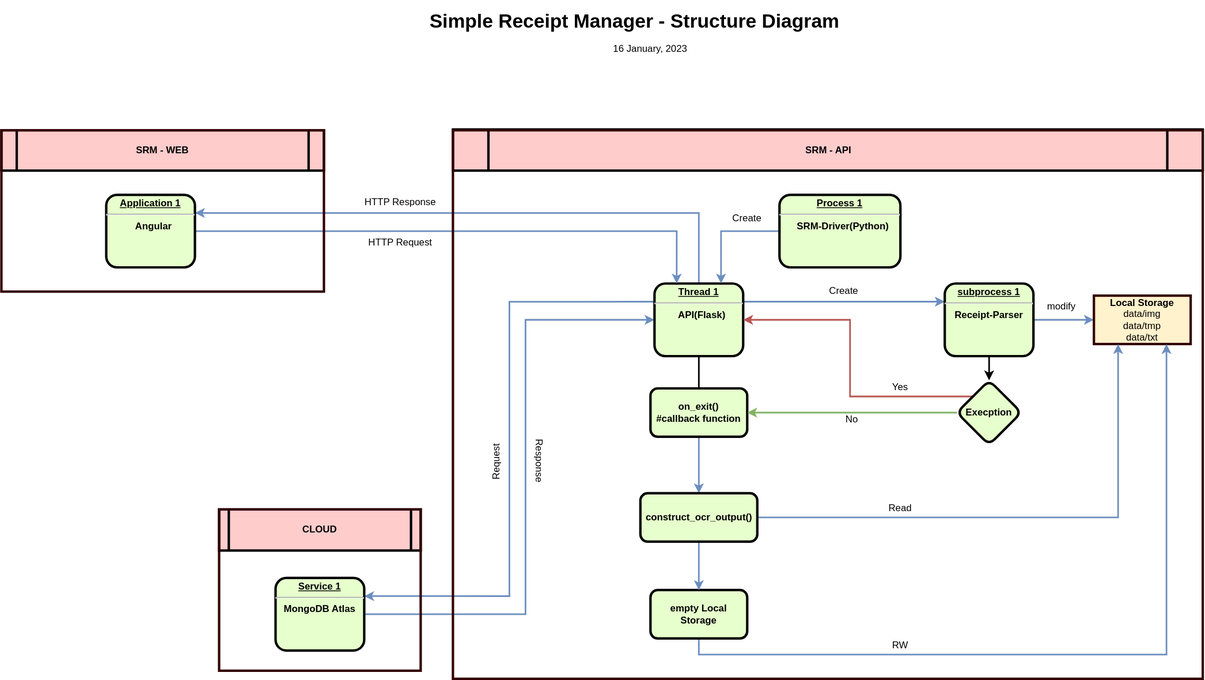
This is documentation/Diagram/srm-structure-diagram.svg from lst97/simple-receipt-manager, a draw.io export, as it was before one commit. Source tidied: cells renumbered, new cells last; positions are measured from the earlier drawing's top-left corner, leaving out a move shared by most shapes.
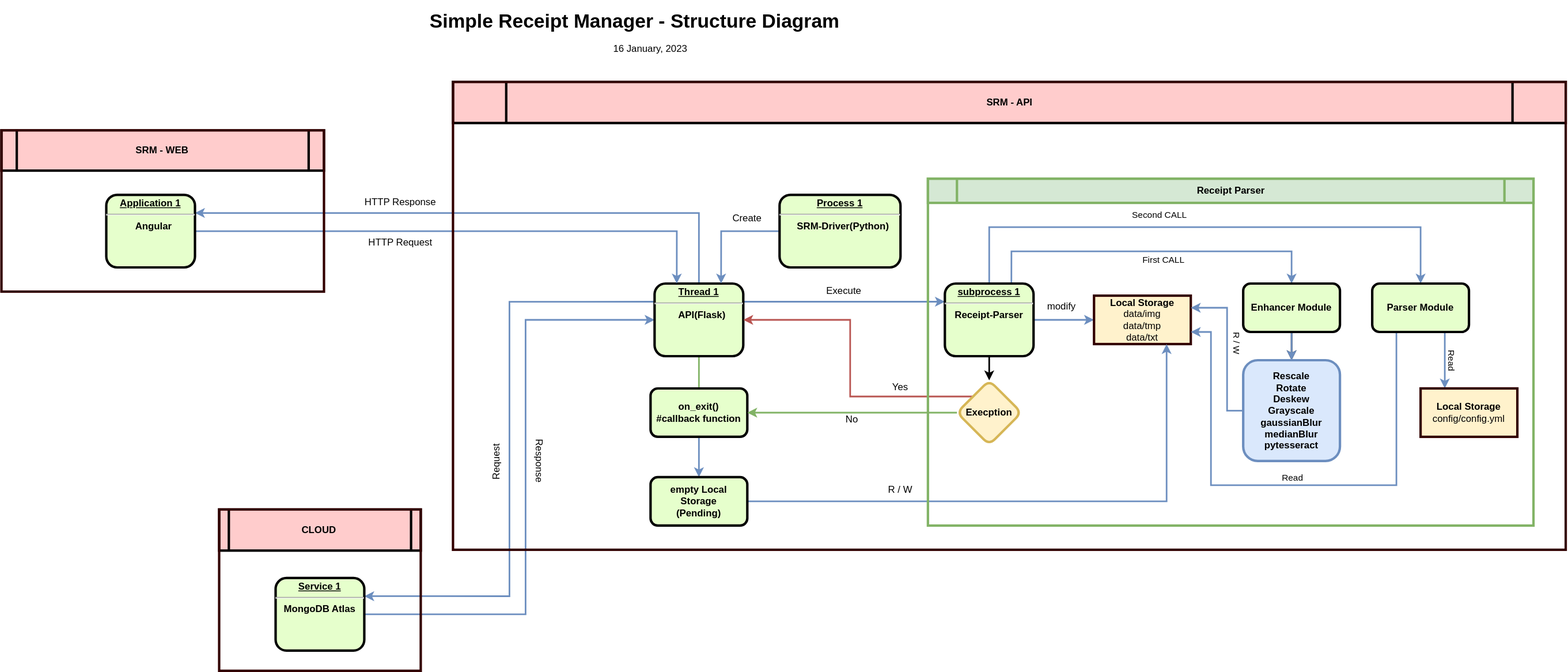
Above is the later version.

Commit message:
doc: update flow diagram

Change to the diagram source:
```diff
@@ -6,7 +6,7 @@
       <mxGeometry y="160" width="400" height="50" as="geometry" />
     </mxCell>
     <mxCell id="3" value="SRM - API" style="shape=process;whiteSpace=wrap;align=center;verticalAlign=middle;size=0.0475;fontStyle=1;strokeWidth=3;fillColor=#FFCCCC;" parent="1" vertex="1">
-      <mxGeometry x="560" y="159" width="930" height="51" as="geometry" />
+      <mxGeometry x="560" y="100" width="1380" height="51" as="geometry" />
     </mxCell>
     <mxCell id="4" style="edgeStyle=orthogonalEdgeStyle;rounded=0;jettySize=auto;html=1;exitX=0.5;exitY=0;exitDx=0;exitDy=0;entryX=1;entryY=0.25;entryDx=0;entryDy=0;strokeWidth=2;fillColor=#dae8fc;strokeColor=#6c8ebf;" parent="1" edge="1" source="9" target="23">
       <mxGeometry relative="1" as="geometry" />
@@ -14,7 +14,7 @@
     <mxCell id="5" style="edgeStyle=orthogonalEdgeStyle;rounded=0;jettySize=auto;html=1;exitX=1;exitY=0.25;exitDx=0;exitDy=0;entryX=0;entryY=0.25;entryDx=0;entryDy=0;strokeWidth=2;fillColor=#dae8fc;strokeColor=#6c8ebf;" parent="1" edge="1" source="9" target="12">
       <mxGeometry relative="1" as="geometry" />
     </mxCell>
-    <mxCell id="6" style="edgeStyle=orthogonalEdgeStyle;rounded=0;jettySize=auto;html=1;strokeWidth=2;endArrow=none;endFill=0;" parent="1" edge="1" source="9" target="33">
+    <mxCell id="6" style="edgeStyle=orthogonalEdgeStyle;rounded=0;jettySize=auto;html=1;strokeWidth=2;endArrow=none;endFill=0;fillColor=#d5e8d4;strokeColor=#82b366;" parent="1" edge="1" source="9" target="33">
       <mxGeometry relative="1" as="geometry" />
     </mxCell>
     <mxCell id="7" style="edgeStyle=orthogonalEdgeStyle;rounded=0;jettySize=auto;html=1;exitX=0;exitY=0.25;exitDx=0;exitDy=0;entryX=1;entryY=0.25;entryDx=0;entryDy=0;strokeWidth=2;endArrow=classic;endFill=1;fillColor=#dae8fc;strokeColor=#6c8ebf;" parent="1" edge="1" source="9" target="17">
@@ -37,6 +37,27 @@
     <mxCell id="11" style="edgeStyle=orthogonalEdgeStyle;rounded=0;jettySize=auto;html=1;strokeWidth=2;endArrow=classic;endFill=1;" parent="1" edge="1" source="12" target="36">
       <mxGeometry relative="1" as="geometry" />
     </mxCell>
+    <mxCell id="46" style="edgeStyle=orthogonalEdgeStyle;rounded=0;jettySize=auto;html=1;exitX=0.75;exitY=0;exitDx=0;exitDy=0;entryX=0.5;entryY=0;entryDx=0;entryDy=0;strokeWidth=2;startArrow=none;startFill=0;endArrow=classic;endFill=1;fillColor=#dae8fc;strokeColor=#6c8ebf;" parent="1" edge="1" source="12" target="52">
+      <mxGeometry relative="1" as="geometry">
+        <Array as="points">
+          <mxPoint x="1253" y="310" />
+          <mxPoint x="1600" y="310" />
+        </Array>
+      </mxGeometry>
+    </mxCell>
+    <mxCell id="47" value="First CALL" style="edgeLabel;html=1;align=center;verticalAlign=middle;" parent="46" vertex="1">
+      <mxGeometry x="0.01" y="-2" relative="1" as="geometry">
+        <mxPoint x="12" y="8" as="offset" />
+      </mxGeometry>
+    </mxCell>
+    <mxCell id="48" style="edgeStyle=orthogonalEdgeStyle;rounded=0;jettySize=auto;html=1;entryX=0.5;entryY=0;entryDx=0;entryDy=0;strokeWidth=2;startArrow=none;startFill=0;endArrow=classic;endFill=1;fillColor=#dae8fc;strokeColor=#6c8ebf;" parent="1" edge="1" source="12" target="59">
+      <mxGeometry relative="1" as="geometry">
+        <Array as="points">
+          <mxPoint x="1225" y="280" />
+          <mxPoint x="1760" y="280" />
+        </Array>
+      </mxGeometry>
+    </mxCell>
     <mxCell id="12" value="&lt;p style=&quot;margin: 0px; margin-top: 4px; text-align: center; text-decoration: underline;&quot;&gt;&lt;strong&gt;subprocess 1&lt;br&gt;&lt;/strong&gt;&lt;/p&gt;&lt;hr&gt;Receipt-Parser&lt;p style=&quot;margin: 0px; margin-left: 8px;&quot;&gt;&lt;br&gt;&lt;/p&gt;" style="verticalAlign=middle;align=center;overflow=fill;fontSize=12;fontFamily=Helvetica;html=1;rounded=1;fontStyle=1;strokeWidth=3;fillColor=#E6FFCC;" parent="1" vertex="1">
       <mxGeometry x="1170" y="350" width="110" height="90" as="geometry" />
     </mxCell>
@@ -83,7 +104,7 @@
       <mxGeometry y="160" width="400" height="200" as="geometry" />
     </mxCell>
     <mxCell id="27" style="rounded=0;whiteSpace=wrap;html=1;strokeColor=#330000;strokeWidth=3;fillColor=none;" parent="1" vertex="1">
-      <mxGeometry x="560" y="160" width="930" height="680" as="geometry" />
+      <mxGeometry x="560" y="100" width="1380" height="580" as="geometry" />
     </mxCell>
     <mxCell id="28" style="rounded=0;whiteSpace=wrap;html=1;strokeColor=#330000;strokeWidth=3;fillColor=none;" parent="1" vertex="1">
       <mxGeometry x="270" y="630" width="250" height="200" as="geometry" />
@@ -94,12 +115,12 @@
     <mxCell id="30" value="16 January, 2023" style="text;spacingTop=-5;align=center;rotation=0;" parent="1" vertex="1">
       <mxGeometry x="700" y="50" width="210" height="20" as="geometry" />
     </mxCell>
-    <mxCell id="31" value="Create" style="text;spacingTop=-5;align=center;" parent="1" vertex="1">
+    <mxCell id="31" value="Execute" style="text;spacingTop=-5;align=center;" parent="1" vertex="1">
       <mxGeometry x="1030" y="350" width="30" height="20" as="geometry" />
     </mxCell>
-    <mxCell id="32" style="edgeStyle=orthogonalEdgeStyle;rounded=0;jettySize=auto;html=1;exitX=0.5;exitY=1;exitDx=0;exitDy=0;entryX=0.5;entryY=0;entryDx=0;entryDy=0;strokeWidth=2;startArrow=none;startFill=0;endArrow=classic;endFill=1;fillColor=#dae8fc;strokeColor=#6c8ebf;" parent="1" edge="1" source="33" target="45">
-      <mxGeometry relative="1" as="geometry" />
-    </mxCell>
+    <mxCell id="49" style="edgeStyle=orthogonalEdgeStyle;rounded=0;jettySize=auto;html=1;entryX=0.5;entryY=0;entryDx=0;entryDy=0;strokeWidth=2;startArrow=none;startFill=0;endArrow=classic;endFill=1;fillColor=#dae8fc;strokeColor=#6c8ebf;" parent="1" edge="1" source="33" target="41">
+      <mxGeometry relative="1" as="geometry" />
+    </mxCell>
     <mxCell id="33" value="on_exit()&lt;br&gt;#callback function" style="whiteSpace=wrap;html=1;fillColor=#E6FFCC;rounded=1;fontStyle=1;strokeWidth=3;" parent="1" vertex="1">
       <mxGeometry x="805" y="480" width="120" height="60" as="geometry" />
     </mxCell>
@@ -109,7 +130,7 @@
     <mxCell id="35" style="edgeStyle=orthogonalEdgeStyle;rounded=0;jettySize=auto;html=1;exitX=0;exitY=0.5;exitDx=0;exitDy=0;entryX=1;entryY=0.5;entryDx=0;entryDy=0;strokeWidth=2;endArrow=classic;endFill=1;fillColor=#d5e8d4;strokeColor=#82b366;" parent="1" edge="1" source="36" target="33">
       <mxGeometry relative="1" as="geometry" />
     </mxCell>
-    <mxCell id="36" value="Execption" style="rhombus;whiteSpace=wrap;html=1;fillColor=#E6FFCC;rounded=1;fontStyle=1;strokeWidth=3;" parent="1" vertex="1">
+    <mxCell id="36" value="Execption" style="rhombus;whiteSpace=wrap;html=1;fillColor=#fff2cc;rounded=1;fontStyle=1;strokeWidth=3;strokeColor=#d6b656;" parent="1" vertex="1">
       <mxGeometry x="1185" y="470" width="80" height="80" as="geometry" />
     </mxCell>
     <mxCell id="37" value="Yes" style="text;spacingTop=-5;align=center;" parent="1" vertex="1">
@@ -118,26 +139,76 @@
     <mxCell id="38" value="No" style="text;spacingTop=-5;align=center;" parent="1" vertex="1">
       <mxGeometry x="1040" y="510" width="30" height="20" as="geometry" />
     </mxCell>
-    <mxCell id="39" value="Read" style="text;spacingTop=-5;align=center;" parent="1" vertex="1">
-      <mxGeometry x="1100" y="620" width="30" height="20" as="geometry" />
-    </mxCell>
-    <mxCell id="40" style="edgeStyle=orthogonalEdgeStyle;rounded=0;jettySize=auto;html=1;exitX=0.5;exitY=1;exitDx=0;exitDy=0;entryX=0.75;entryY=1;entryDx=0;entryDy=0;strokeWidth=2;startArrow=none;startFill=0;endArrow=classic;endFill=1;fillColor=#dae8fc;strokeColor=#6c8ebf;" parent="1" edge="1" source="41" target="20">
+    <mxCell id="40" style="edgeStyle=orthogonalEdgeStyle;rounded=0;jettySize=auto;html=1;exitX=1;exitY=0.5;exitDx=0;exitDy=0;entryX=0.75;entryY=1;entryDx=0;entryDy=0;strokeWidth=2;startArrow=none;startFill=0;endArrow=classic;endFill=1;fillColor=#dae8fc;strokeColor=#6c8ebf;" parent="1" edge="1" source="41" target="20">
       <mxGeometry relative="1" as="geometry" />
     </mxCell>
-    <mxCell id="41" value="empty Local Storage" style="whiteSpace=wrap;html=1;fillColor=#E6FFCC;rounded=1;fontStyle=1;strokeWidth=3;" parent="1" vertex="1">
-      <mxGeometry x="805" y="730" width="120" height="60" as="geometry" />
+    <mxCell id="41" value="empty Local Storage&lt;br&gt;(Pending)" style="whiteSpace=wrap;html=1;fillColor=#E6FFCC;rounded=1;fontStyle=1;strokeWidth=3;" parent="1" vertex="1">
+      <mxGeometry x="805" y="590" width="120" height="60" as="geometry" />
     </mxCell>
-    <mxCell id="42" value="RW" style="text;spacingTop=-5;align=center;" parent="1" vertex="1">
-      <mxGeometry x="1100" y="790" width="30" height="20" as="geometry" />
+    <mxCell id="42" value="R / W" style="text;spacingTop=-5;align=center;" parent="1" vertex="1">
+      <mxGeometry x="1100" y="597" width="30" height="20" as="geometry" />
     </mxCell>
-    <mxCell id="43" style="edgeStyle=orthogonalEdgeStyle;rounded=0;jettySize=auto;html=1;exitX=1;exitY=0.5;exitDx=0;exitDy=0;entryX=0.25;entryY=1;entryDx=0;entryDy=0;strokeWidth=2;startArrow=none;startFill=0;endArrow=classic;endFill=1;fillColor=#dae8fc;strokeColor=#6c8ebf;" parent="1" edge="1" source="45" target="20">
-      <mxGeometry relative="1" as="geometry" />
-    </mxCell>
-    <mxCell id="44" style="edgeStyle=orthogonalEdgeStyle;rounded=0;jettySize=auto;html=1;strokeWidth=2;startArrow=none;startFill=0;endArrow=classic;endFill=1;fillColor=#dae8fc;strokeColor=#6c8ebf;" parent="1" edge="1" source="45" target="41">
-      <mxGeometry relative="1" as="geometry" />
-    </mxCell>
-    <mxCell id="45" value="construct_ocr_output()" style="whiteSpace=wrap;html=1;fillColor=#E6FFCC;rounded=1;fontStyle=1;strokeWidth=3;" parent="1" vertex="1">
-      <mxGeometry x="792.5" y="610" width="145" height="60" as="geometry" />
-    </mxCell>
+    <mxCell id="50" style="edgeStyle=orthogonalEdgeStyle;rounded=0;jettySize=auto;html=1;strokeWidth=2;startArrow=none;startFill=0;endArrow=classic;endFill=1;" parent="1" edge="1" source="52" target="55">
+      <mxGeometry relative="1" as="geometry" />
+    </mxCell>
+    <mxCell id="51" style="edgeStyle=orthogonalEdgeStyle;rounded=0;jettySize=auto;html=1;strokeWidth=2;startArrow=none;startFill=0;endArrow=classic;endFill=1;fillColor=#dae8fc;strokeColor=#6c8ebf;" parent="1" edge="1" source="52" target="55">
+      <mxGeometry relative="1" as="geometry" />
+    </mxCell>
+    <mxCell id="52" value="Enhancer Module" style="whiteSpace=wrap;html=1;fillColor=#E6FFCC;rounded=1;fontStyle=1;strokeWidth=3;" parent="1" vertex="1">
+      <mxGeometry x="1540" y="350" width="120" height="60" as="geometry" />
+    </mxCell>
+    <mxCell id="53" style="edgeStyle=orthogonalEdgeStyle;rounded=0;jettySize=auto;html=1;entryX=1;entryY=0.25;entryDx=0;entryDy=0;strokeWidth=2;startArrow=none;startFill=0;endArrow=classic;endFill=1;fillColor=#dae8fc;strokeColor=#6c8ebf;" parent="1" edge="1" source="55" target="20">
+      <mxGeometry relative="1" as="geometry">
+        <Array as="points">
+          <mxPoint x="1520" y="508" />
+          <mxPoint x="1520" y="380" />
+        </Array>
+      </mxGeometry>
+    </mxCell>
+    <mxCell id="54" value="R / W" style="edgeLabel;html=1;align=center;verticalAlign=middle;rotation=90;" parent="53" vertex="1">
+      <mxGeometry x="0.08" y="4" relative="1" as="geometry">
+        <mxPoint x="17" as="offset" />
+      </mxGeometry>
+    </mxCell>
+    <mxCell id="55" value="Rescale&lt;br&gt;Rotate&lt;br&gt;Deskew&lt;br&gt;Grayscale&lt;br&gt;gaussianBlur&lt;br&gt;medianBlur&lt;br&gt;pytesseract" style="whiteSpace=wrap;html=1;fillColor=#dae8fc;rounded=1;fontStyle=1;strokeWidth=3;strokeColor=#6c8ebf;" parent="1" vertex="1">
+      <mxGeometry x="1540" y="445" width="120" height="125" as="geometry" />
+    </mxCell>
+    <mxCell id="56" style="edgeStyle=orthogonalEdgeStyle;rounded=0;jettySize=auto;html=1;exitX=0.25;exitY=1;exitDx=0;exitDy=0;entryX=1;entryY=0.75;entryDx=0;entryDy=0;strokeWidth=2;startArrow=none;startFill=0;endArrow=classic;endFill=1;fillColor=#dae8fc;strokeColor=#6c8ebf;" parent="1" edge="1" source="59" target="20">
+      <mxGeometry relative="1" as="geometry">
+        <Array as="points">
+          <mxPoint x="1730" y="600" />
+          <mxPoint x="1500" y="600" />
+          <mxPoint x="1500" y="410" />
+        </Array>
+      </mxGeometry>
+    </mxCell>
+    <mxCell id="57" style="edgeStyle=orthogonalEdgeStyle;rounded=0;jettySize=auto;html=1;exitX=0.75;exitY=1;exitDx=0;exitDy=0;entryX=0.25;entryY=0;entryDx=0;entryDy=0;strokeWidth=2;startArrow=none;startFill=0;endArrow=classic;endFill=1;fillColor=#dae8fc;strokeColor=#6c8ebf;" parent="1" edge="1" source="59" target="62">
+      <mxGeometry relative="1" as="geometry" />
+    </mxCell>
+    <mxCell id="58" value="Read" style="edgeLabel;html=1;align=center;verticalAlign=middle;rotation=90;" parent="57" vertex="1">
+      <mxGeometry x="-0.06" relative="1" as="geometry">
+        <mxPoint x="10" y="2" as="offset" />
+      </mxGeometry>
+    </mxCell>
+    <mxCell id="59" value="Parser Module" style="whiteSpace=wrap;html=1;fillColor=#E6FFCC;rounded=1;fontStyle=1;strokeWidth=3;" parent="1" vertex="1">
+      <mxGeometry x="1700" y="350" width="120" height="60" as="geometry" />
+    </mxCell>
+    <mxCell id="60" value="Second&amp;nbsp;CALL" style="edgeLabel;html=1;align=center;verticalAlign=middle;" parent="1" vertex="1">
+      <mxGeometry x="1430" y="260" as="geometry">
+        <mxPoint x="5" y="4" as="offset" />
+      </mxGeometry>
+    </mxCell>
+    <mxCell id="61" value="Receipt Parser" style="shape=process;whiteSpace=wrap;align=center;verticalAlign=middle;size=0.0475;fontStyle=1;strokeWidth=3;fillColor=#d5e8d4;strokeColor=#82b366;" parent="1" vertex="1">
+      <mxGeometry x="1149" y="220" width="751" height="30" as="geometry" />
+    </mxCell>
+    <mxCell id="62" value="Local Storage&lt;br&gt;&lt;span style=&quot;font-weight: 400;&quot;&gt;config/config.yml&lt;/span&gt;" style="whiteSpace=wrap;html=1;fillColor=#fff2cc;rounded=0;fontStyle=1;strokeWidth=3;strokeColor=#330000;" parent="1" vertex="1">
+      <mxGeometry x="1760" y="480" width="120" height="60" as="geometry" />
+    </mxCell>
+    <mxCell id="63" value="Read" style="edgeLabel;html=1;align=center;verticalAlign=middle;rotation=0;" parent="1" vertex="1">
+      <mxGeometry x="1600" y="590" as="geometry" />
+    </mxCell>
+    <mxCell id="64" style="rounded=0;whiteSpace=wrap;html=1;strokeColor=#82b366;strokeWidth=3;fillColor=none;" parent="1" vertex="1">
+      <mxGeometry x="1149" y="220" width="751" height="430" as="geometry" />
+    </mxCell>
   </root>
 </mxGraphModel>
```
